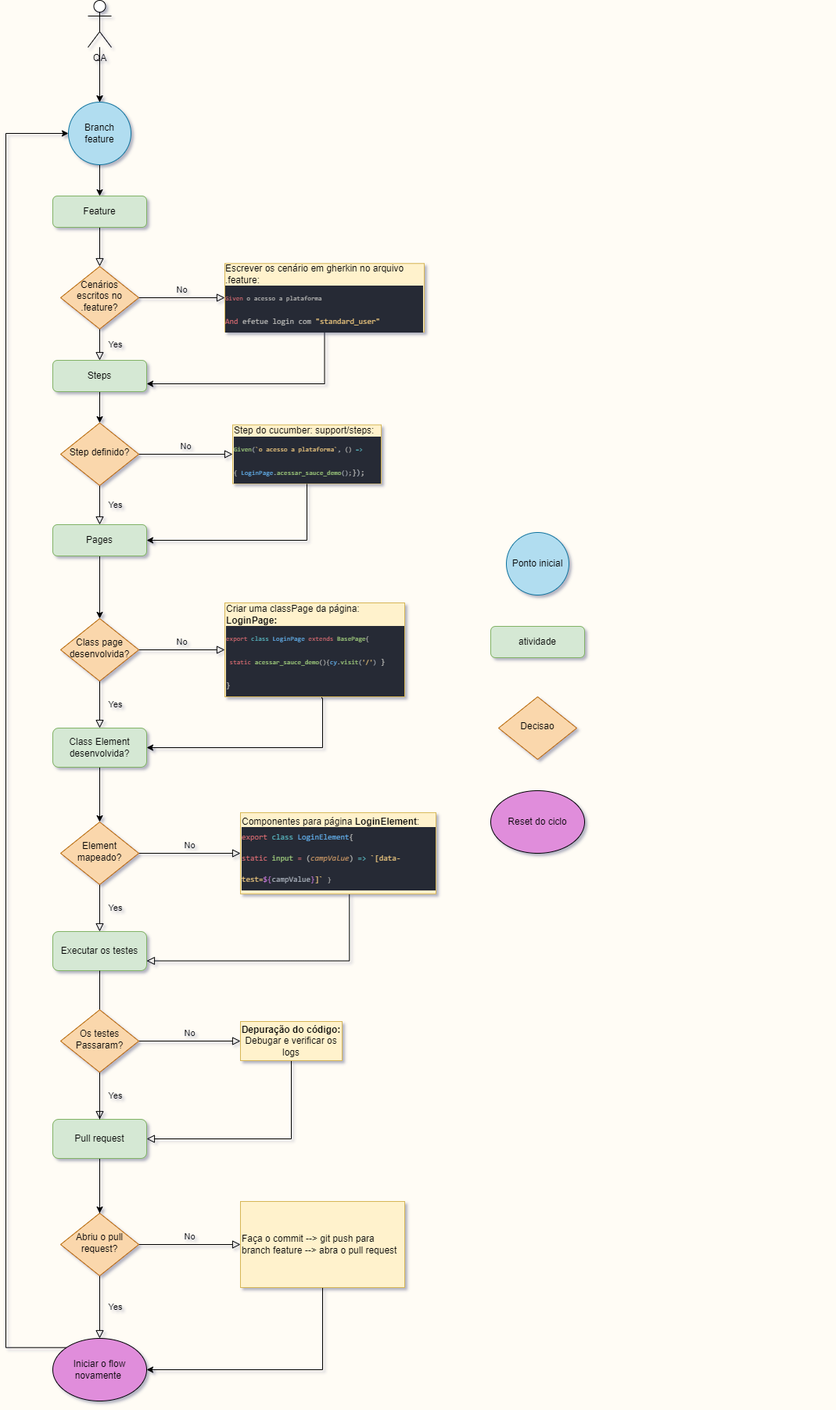
Before: workflow/flow_frontend.drawio.png, a diagram exported from draw.io (raphaelpalhano/cypress_frontend). Source tidied: cells renumbered, new cells last; positions are measured from the earlier drawing's top-left corner, leaving out a move shared by most shapes.
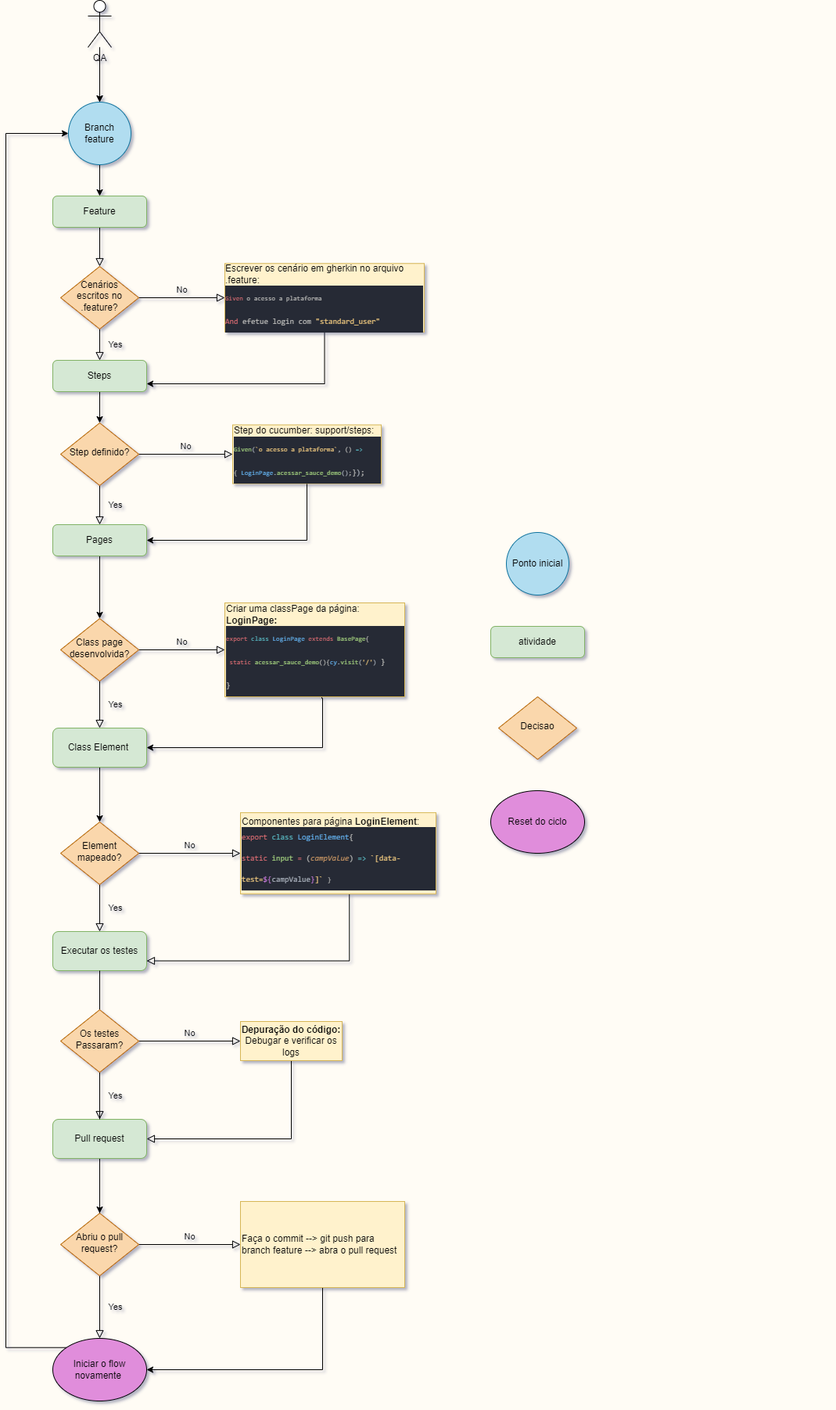
The same file after the commit.

What changed in the source:
```diff
@@ -107,7 +107,7 @@
     <mxCell id="33" style="edgeStyle=orthogonalEdgeStyle;rounded=0;jettySize=auto;html=1;entryX=0.5;entryY=0;entryDx=0;entryDy=0;" parent="1" edge="1" source="34" target="53">
       <mxGeometry relative="1" as="geometry" />
     </mxCell>
-    <mxCell id="34" value="Class Element desenvolvida?" style="rounded=1;whiteSpace=wrap;html=1;fontSize=12;glass=0;strokeWidth=1;shadow=0;fillColor=#d5e8d4;strokeColor=#82b366;" parent="1" vertex="1">
+    <mxCell id="34" value="Class Element&amp;nbsp;" style="rounded=1;whiteSpace=wrap;html=1;fontSize=12;glass=0;strokeWidth=1;shadow=0;fillColor=#d5e8d4;strokeColor=#82b366;" parent="1" vertex="1">
       <mxGeometry x="60" y="930" width="120" height="50" as="geometry" />
     </mxCell>
     <mxCell id="35" value="Yes" style="rounded=0;html=1;jettySize=auto;fontSize=11;endArrow=block;endFill=0;endSize=8;strokeWidth=1;shadow=0;labelBackgroundColor=none;edgeStyle=orthogonalEdgeStyle;entryX=0.5;entryY=0;entryDx=0;entryDy=0;startArrow=none;" parent="1" edge="1" source="45" target="38">
```
